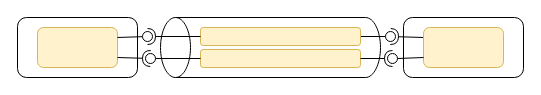
Nasdanika/core keeps this draw.io diagram as graph/processing.drawio. Above is the earlier version. Source tidied: cells renumbered, new cells numbered last; positions are measured from the earlier drawing's top-left corner, leaving out a move shared by most shapes. Both pictures are drawn from the tidied source at 100%, with x=0, y=0 at pixel (17, -63).
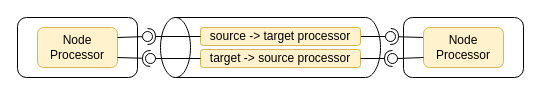
After the change.

The edit, as a diff of the source:
```diff
@@
-    <mxCell id="8" style="rounded=1;whiteSpace=wrap;html=1;fillColor=#fff2cc;strokeColor=#d6b656;" parent="1" vertex="1">
+    <mxCell id="8" value="Node Processor" style="rounded=1;whiteSpace=wrap;html=1;fillColor=#fff2cc;strokeColor=#d6b656;" parent="1" vertex="1">
       <mxGeometry x="20" y="90" width="80" height="40" as="geometry" />
     </mxCell>
-    <mxCell id="9" style="rounded=1;whiteSpace=wrap;html=1;fillColor=#fff2cc;strokeColor=#d6b656;" parent="1" vertex="1">
+    <mxCell id="9" value="Node Processor" style="rounded=1;whiteSpace=wrap;html=1;fillColor=#fff2cc;strokeColor=#d6b656;" parent="1" vertex="1">
       <mxGeometry x="406" y="90" width="80" height="40" as="geometry" />
     </mxCell>
-    <mxCell id="10" style="rounded=1;whiteSpace=wrap;html=1;fillColor=#fff2cc;strokeColor=#d6b656;" parent="1" vertex="1">
+    <mxCell id="10" value="source -&amp;gt; target processor" style="rounded=1;whiteSpace=wrap;html=1;fillColor=#fff2cc;strokeColor=#d6b656;" parent="1" vertex="1">
       <mxGeometry x="183" y="90" width="160" height="18" as="geometry" />
     </mxCell>
-    <mxCell id="11" style="rounded=1;whiteSpace=wrap;html=1;fillColor=#fff2cc;strokeColor=#d6b656;" parent="1" vertex="1">
+    <mxCell id="11" value="target -&amp;gt; source processor" style="rounded=1;whiteSpace=wrap;html=1;fillColor=#fff2cc;strokeColor=#d6b656;" parent="1" vertex="1">
       <mxGeometry x="183" y="112" width="160" height="18" as="geometry" />
     </mxCell>
```
